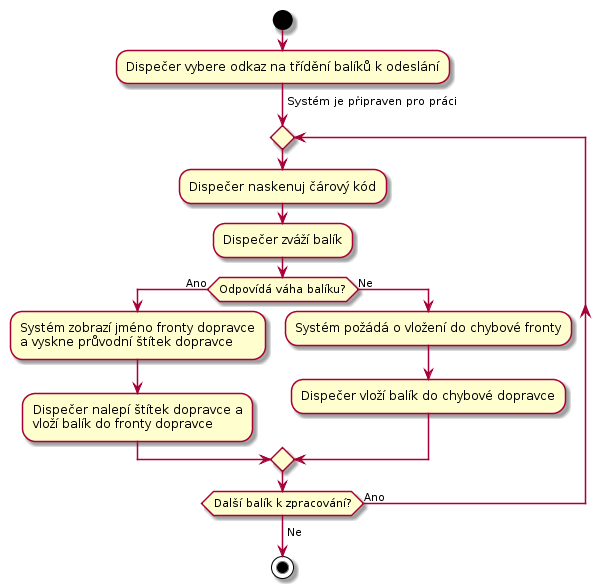
Earlier version of the PlantUML export docs/diagrams/out/uc-24-activity.png (Internet-Handel/postman). Its diagram source:
```plantuml
@startuml
start

:Dispečer vybere odkaz na třídění balíků k odeslání;

-> Systém je připraven pro práci;

repeat

  :Dispečer naskenuj čárový kód;

  :Dispečer zváží balík;

  if (Odpovídá váha balíku?) then (Ano)
    :Systém zobrazí jméno fronty dopravce
    a vyskne průvodní štítek dopravce;
    :Dispečer nalepí štítek dopravce a
    vloží balík do fronty dopravce;
  else (Ne)
    :Systém požádá o vložení do chybové fronty;
    :Dispečer vloží balík do chybové dopravce;
  endif

repeat while (Další balík k zpracování?) is (Ano)
->Ne;

stop
@enduml
```
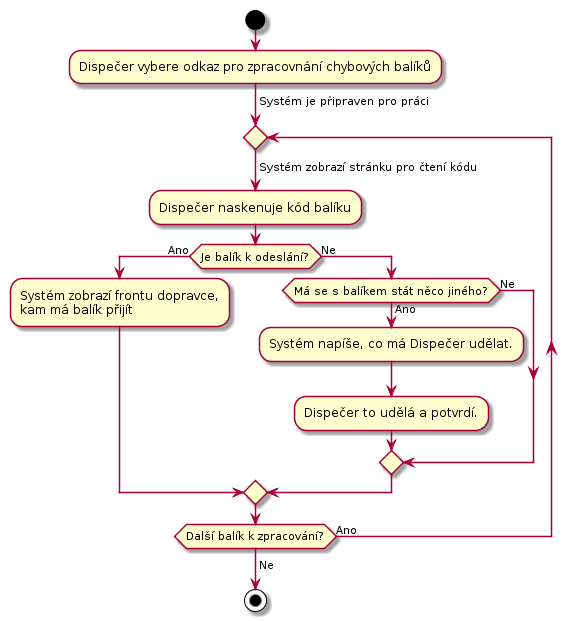
After the change.

What changed in the source:
```diff
@@ -1,26 +1,23 @@
 @startuml
 start
 
-:Dispečer vybere odkaz na třídění balíků k odeslání;
+:Dispečer vybere odkaz pro zpracovnání chybových balíků;
 
 -> Systém je připraven pro práci;
 
 repeat
-
-  :Dispečer naskenuj čárový kód;
-
-  :Dispečer zváží balík;
-
-  if (Odpovídá váha balíku?) then (Ano)
-    :Systém zobrazí jméno fronty dopravce
-    a vyskne průvodní štítek dopravce;
-    :Dispečer nalepí štítek dopravce a
-    vloží balík do fronty dopravce;
-  else (Ne)
-    :Systém požádá o vložení do chybové fronty;
-    :Dispečer vloží balík do chybové dopravce;
-  endif
-
+    -> Systém zobrazí stránku pro čtení kódu;
+    :Dispečer naskenuje kód balíku;
+    if (Je balík k odeslání?) then (Ano)
+        :Systém zobrazí frontu dopravce,
+        kam má balík přijít;
+    else (Ne)
+        if (Má se s balíkem stát něco jiného?) then (Ano)
+            :Systém napíše, co má Dispečer udělat.;
+            :Dispečer to udělá a potvrdí.;
+        else (Ne)
+        endif
+    endif
 repeat while (Další balík k zpracování?) is (Ano)
 ->Ne;
 
```
